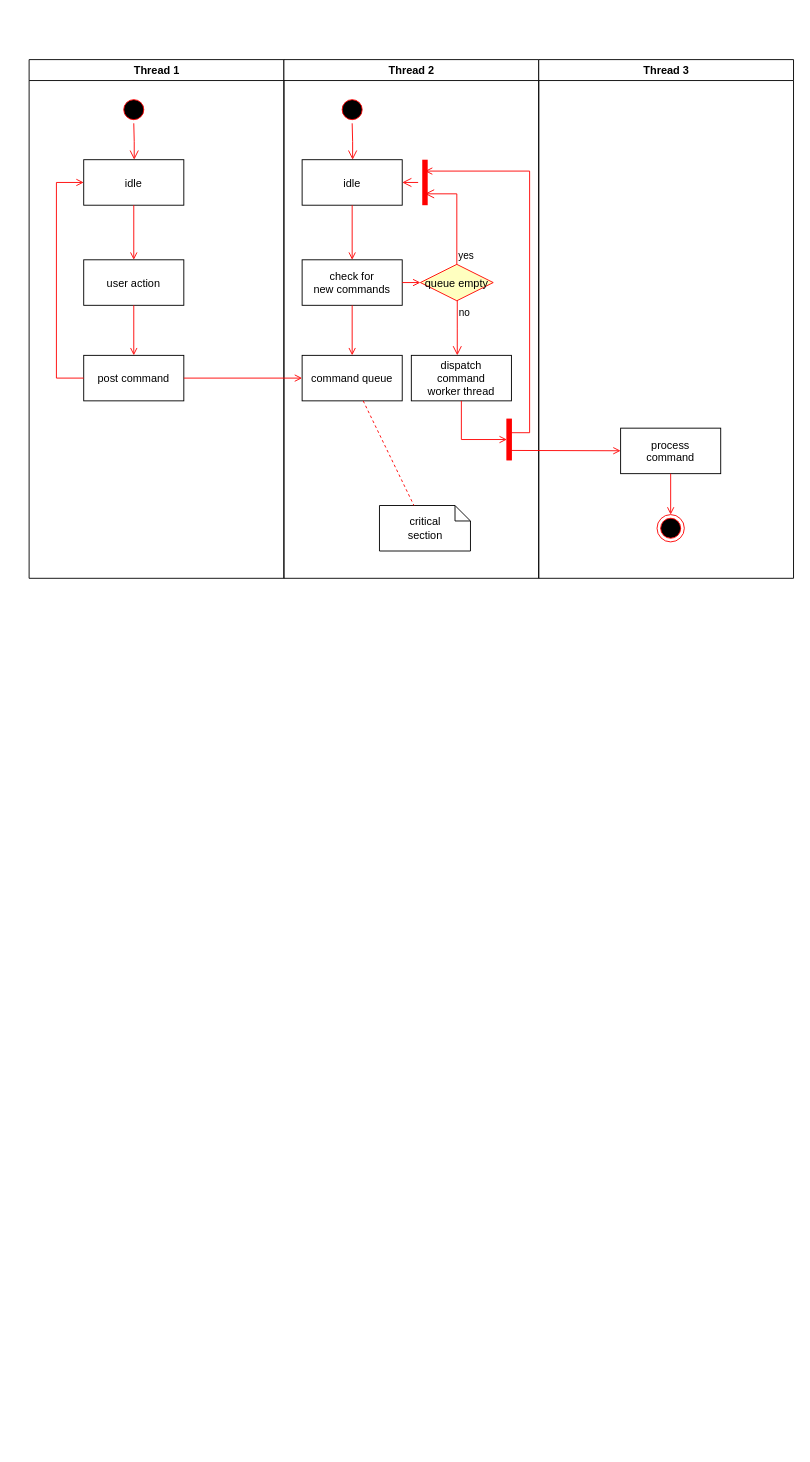
UnMatty/hw14 keeps this draw.io diagram as Untitled Diagram.drawio. Above is the earlier version. Source tidied: cells renumbered, new cells numbered last; positions are measured from the earlier drawing's top-left corner, leaving out a move shared by most shapes. Both pictures are drawn from the tidied source at 91%, with x=0, y=0 at pixel (28, 59).
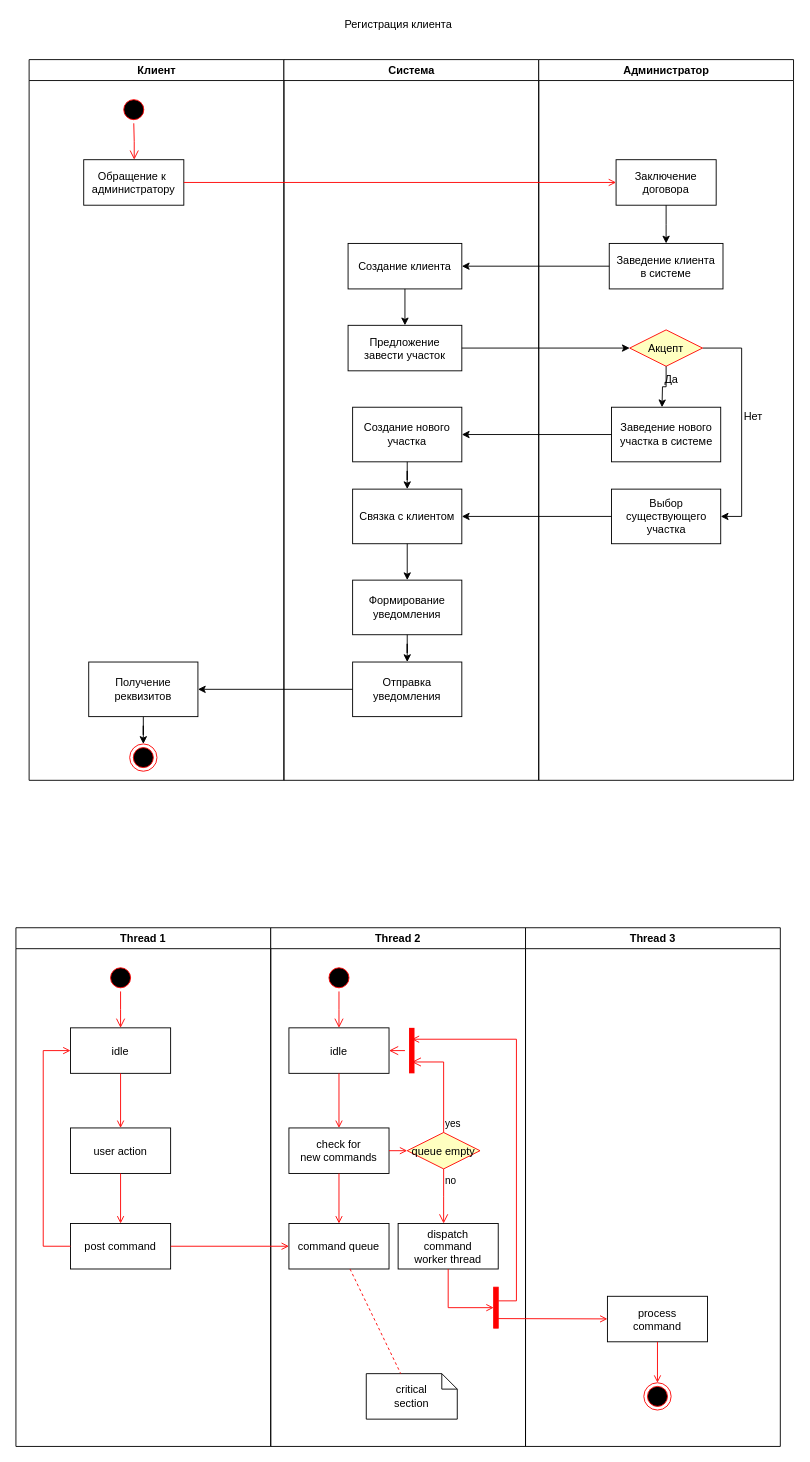
Above is the later version.

The edit, as a diff of the source:
```diff
@@
-    <mxCell id="2" value="Thread 1" style="swimlane;whiteSpace=wrap;" parent="1" vertex="1">
-      <mxGeometry x="0.5" width="280" height="570" as="geometry" />
+    <mxCell id="2" value="Клиент" style="swimlane;whiteSpace=wrap;" parent="1" vertex="1">
+      <mxGeometry x="0.5" width="280" height="792" as="geometry" />
     </mxCell>
@@
-    <mxCell id="5" value="idle" parent="2" vertex="1">
+    <mxCell id="5" value="Обращение к &#10;администратору" parent="2" vertex="1">
       <mxGeometry x="60" y="110" width="110" height="50" as="geometry" />
     </mxCell>
+    <mxCell id="37" style="edgeStyle=orthogonalEdgeStyle;rounded=0;jettySize=auto;html=1;entryX=0.5;entryY=0;entryDx=0;entryDy=0;" parent="2" edge="1" source="38" target="39">
+      <mxGeometry relative="1" as="geometry" />
+    </mxCell>
+    <mxCell id="38" value="Получение реквизитов" style="whiteSpace=wrap;html=1;" parent="2" vertex="1">
+      <mxGeometry x="65.5" y="662" width="120" height="60" as="geometry" />
+    </mxCell>
+    <mxCell id="39" style="ellipse;shape=endState;fillColor=#000000;strokeColor=#ff0000;" parent="2" vertex="1">
+      <mxGeometry x="110.5" y="752" width="30" height="30" as="geometry" />
+    </mxCell>
+    <mxCell id="11" value="Система" style="swimlane;whiteSpace=wrap;" parent="1" vertex="1">
+      <mxGeometry x="280.5" width="280" height="792" as="geometry" />
+    </mxCell>
+    <mxCell id="40" value="Создание клиента" parent="11" vertex="1">
+      <mxGeometry x="70.5" y="202" width="125" height="50" as="geometry" />
+    </mxCell>
+    <mxCell id="41" value="Предложение &#10;завести участок" parent="11" vertex="1">
+      <mxGeometry x="70.5" y="292" width="125" height="50" as="geometry" />
+    </mxCell>
+    <mxCell id="42" style="edgeStyle=orthogonalEdgeStyle;rounded=0;jettySize=auto;html=1;" parent="11" edge="1" source="40" target="41">
+      <mxGeometry relative="1" as="geometry" />
+    </mxCell>
+    <mxCell id="43" value="Создание нового участка" style="rounded=0;whiteSpace=wrap;html=1;" parent="11" vertex="1">
+      <mxGeometry x="75.5" y="382" width="120" height="60" as="geometry" />
+    </mxCell>
+    <mxCell id="44" value="Связка с клиентом" style="rounded=0;whiteSpace=wrap;html=1;" parent="11" vertex="1">
+      <mxGeometry x="75.5" y="472" width="120" height="60" as="geometry" />
+    </mxCell>
+    <mxCell id="45" style="edgeStyle=orthogonalEdgeStyle;rounded=0;jettySize=auto;html=1;" parent="11" edge="1" source="43" target="44">
+      <mxGeometry relative="1" as="geometry" />
+    </mxCell>
+    <mxCell id="46" value="Формирование уведомления" style="rounded=0;whiteSpace=wrap;html=1;" parent="11" vertex="1">
+      <mxGeometry x="75.5" y="572" width="120" height="60" as="geometry" />
+    </mxCell>
+    <mxCell id="47" style="edgeStyle=orthogonalEdgeStyle;rounded=0;jettySize=auto;html=1;" parent="11" edge="1" source="44" target="46">
+      <mxGeometry relative="1" as="geometry" />
+    </mxCell>
+    <mxCell id="48" value="Отправка уведомления" style="rounded=0;whiteSpace=wrap;html=1;" parent="11" vertex="1">
+      <mxGeometry x="75.5" y="662" width="120" height="60" as="geometry" />
+    </mxCell>
+    <mxCell id="49" style="edgeStyle=orthogonalEdgeStyle;rounded=0;jettySize=auto;html=1;" parent="11" edge="1" source="46" target="48">
+      <mxGeometry relative="1" as="geometry" />
+    </mxCell>
+    <mxCell id="30" value="Администратор" style="swimlane;whiteSpace=wrap;" parent="1" vertex="1">
+      <mxGeometry x="560.5" width="280" height="792" as="geometry" />
+    </mxCell>
+    <mxCell id="50" value="Заключение &#10;договора" parent="30" vertex="1">
+      <mxGeometry x="85" y="110" width="110" height="50" as="geometry" />
+    </mxCell>
+    <mxCell id="51" value="Заведение клиента&#10;в системе" parent="30" vertex="1">
+      <mxGeometry x="77.5" y="202" width="125" height="50" as="geometry" />
+    </mxCell>
+    <mxCell id="52" style="edgeStyle=orthogonalEdgeStyle;rounded=0;jettySize=auto;html=1;entryX=1;entryY=0.5;entryDx=0;entryDy=0;" parent="30" edge="1" source="53" target="55">
+      <mxGeometry relative="1" as="geometry">
+        <Array as="points">
+          <mxPoint x="223" y="317" />
+          <mxPoint x="223" y="502" />
+        </Array>
+      </mxGeometry>
+    </mxCell>
+    <mxCell id="53" value="Акцепт" style="rhombus;fillColor=#ffffc0;strokeColor=#ff0000;" parent="30" vertex="1">
+      <mxGeometry x="100" y="297" width="80" height="40" as="geometry" />
+    </mxCell>
+    <mxCell id="54" value="Заведение нового участка в системе" style="rounded=0;whiteSpace=wrap;html=1;" parent="30" vertex="1">
+      <mxGeometry x="80" y="382" width="120" height="60" as="geometry" />
+    </mxCell>
+    <mxCell id="55" value="Выбор существующего участка" style="whiteSpace=wrap;html=1;" parent="30" vertex="1">
+      <mxGeometry x="80" y="472" width="120" height="60" as="geometry" />
+    </mxCell>
+    <mxCell id="56" value="Thread 1" style="swimlane;whiteSpace=wrap;" parent="1" vertex="1">
+      <mxGeometry x="-14" y="954" width="280" height="570" as="geometry" />
+    </mxCell>
+    <mxCell id="57" style="ellipse;shape=startState;fillColor=#000000;strokeColor=#ff0000;" parent="56" vertex="1">
+      <mxGeometry x="100" y="40" width="30" height="30" as="geometry" />
+    </mxCell>
+    <mxCell id="58" style="edgeStyle=elbowEdgeStyle;elbow=horizontal;verticalAlign=bottom;endArrow=open;endSize=8;strokeColor=#FF0000;endFill=1;rounded=0;" parent="56" edge="1" source="57" target="59">
+      <mxGeometry x="100" y="40" as="geometry" />
+    </mxCell>
+    <mxCell id="59" value="idle" parent="56" vertex="1">
+      <mxGeometry x="60" y="110" width="110" height="50" as="geometry" />
+    </mxCell>
-    <mxCell id="6" value="user action" parent="2" vertex="1">
+    <mxCell id="6" value="user action" parent="56" vertex="1">
       <mxGeometry x="60" y="220" width="110" height="50" as="geometry" />
     </mxCell>
-    <mxCell id="7" style="endArrow=open;strokeColor=#FF0000;endFill=1;rounded=0;" parent="2" edge="1" source="5" target="6">
-      <mxGeometry relative="1" as="geometry" />
-    </mxCell>
+    <mxCell id="60" style="endArrow=open;strokeColor=#FF0000;endFill=1;rounded=0;" parent="56" edge="1" source="59" target="6">
+      <mxGeometry relative="1" as="geometry" />
+    </mxCell>
-    <mxCell id="8" value="post command" parent="2" vertex="1">
+    <mxCell id="8" value="post command" parent="56" vertex="1">
       <mxGeometry x="60" y="325" width="110" height="50" as="geometry" />
     </mxCell>
-    <mxCell id="9" style="endArrow=open;strokeColor=#FF0000;endFill=1;rounded=0;" parent="2" edge="1" source="6" target="8">
+    <mxCell id="9" style="endArrow=open;strokeColor=#FF0000;endFill=1;rounded=0;" parent="56" edge="1" source="6" target="8">
       <mxGeometry relative="1" as="geometry" />
     </mxCell>
-    <mxCell id="10" style="edgeStyle=elbowEdgeStyle;elbow=horizontal;strokeColor=#FF0000;endArrow=open;endFill=1;rounded=0;" parent="2" edge="1" source="8" target="5">
-      <mxGeometry relative="1" as="geometry">
-        <Array as="points">
-          <mxPoint x="30" y="250" />
-        </Array>
-      </mxGeometry>
-    </mxCell>
-    <mxCell id="11" value="Thread 2" style="swimlane;whiteSpace=wrap;" parent="1" vertex="1">
-      <mxGeometry x="280.5" width="280" height="570" as="geometry" />
-    </mxCell>
+    <mxCell id="61" style="edgeStyle=elbowEdgeStyle;elbow=horizontal;strokeColor=#FF0000;endArrow=open;endFill=1;rounded=0;" parent="56" edge="1" source="8" target="59">
+      <mxGeometry relative="1" as="geometry">
+        <Array as="points">
+          <mxPoint x="30" y="250" />
+        </Array>
+      </mxGeometry>
+    </mxCell>
+    <mxCell id="62" value="Thread 2" style="swimlane;whiteSpace=wrap;" parent="1" vertex="1">
+      <mxGeometry x="266" y="954" width="280" height="570" as="geometry" />
+    </mxCell>
-    <mxCell id="12" style="ellipse;shape=startState;fillColor=#000000;strokeColor=#ff0000;" parent="11" vertex="1">
+    <mxCell id="12" style="ellipse;shape=startState;fillColor=#000000;strokeColor=#ff0000;" parent="62" vertex="1">
       <mxGeometry x="60" y="40" width="30" height="30" as="geometry" />
     </mxCell>
-    <mxCell id="13" style="edgeStyle=elbowEdgeStyle;elbow=horizontal;verticalAlign=bottom;endArrow=open;endSize=8;strokeColor=#FF0000;endFill=1;rounded=0;" parent="11" edge="1" source="12" target="14">
+    <mxCell id="13" style="edgeStyle=elbowEdgeStyle;elbow=horizontal;verticalAlign=bottom;endArrow=open;endSize=8;strokeColor=#FF0000;endFill=1;rounded=0;" parent="62" edge="1" source="12" target="14">
       <mxGeometry x="40" y="20" as="geometry" />
     </mxCell>
-    <mxCell id="14" value="idle" parent="11" vertex="1">
+    <mxCell id="14" value="idle" parent="62" vertex="1">
       <mxGeometry x="20" y="110" width="110" height="50" as="geometry" />
     </mxCell>
-    <mxCell id="15" value="check for &#10;new commands" parent="11" vertex="1">
+    <mxCell id="15" value="check for &#10;new commands" parent="62" vertex="1">
       <mxGeometry x="20" y="220" width="110" height="50" as="geometry" />
     </mxCell>
-    <mxCell id="16" style="endArrow=open;strokeColor=#FF0000;endFill=1;rounded=0;" parent="11" edge="1" source="14" target="15">
+    <mxCell id="16" style="endArrow=open;strokeColor=#FF0000;endFill=1;rounded=0;" parent="62" edge="1" source="14" target="15">
       <mxGeometry relative="1" as="geometry" />
     </mxCell>
-    <mxCell id="17" value="command queue" parent="11" vertex="1">
+    <mxCell id="17" value="command queue" parent="62" vertex="1">
       <mxGeometry x="20" y="325" width="110" height="50" as="geometry" />
     </mxCell>
-    <mxCell id="18" style="endArrow=open;strokeColor=#FF0000;endFill=1;rounded=0;" parent="11" edge="1" source="15" target="17">
+    <mxCell id="18" style="endArrow=open;strokeColor=#FF0000;endFill=1;rounded=0;" parent="62" edge="1" source="15" target="17">
       <mxGeometry relative="1" as="geometry" />
     </mxCell>
-    <mxCell id="19" value="queue empty" style="rhombus;fillColor=#ffffc0;strokeColor=#ff0000;" parent="11" vertex="1">
+    <mxCell id="19" value="queue empty" style="rhombus;fillColor=#ffffc0;strokeColor=#ff0000;" parent="62" vertex="1">
       <mxGeometry x="150" y="225" width="80" height="40" as="geometry" />
     </mxCell>
-    <mxCell id="20" value="yes" style="edgeStyle=elbowEdgeStyle;elbow=horizontal;align=left;verticalAlign=bottom;endArrow=open;endSize=8;strokeColor=#FF0000;exitX=0.5;exitY=0;endFill=1;rounded=0;entryX=0.75;entryY=0.5;entryPerimeter=0;" parent="11" edge="1" source="19" target="23">
+    <mxCell id="20" value="yes" style="edgeStyle=elbowEdgeStyle;elbow=horizontal;align=left;verticalAlign=bottom;endArrow=open;endSize=8;strokeColor=#FF0000;exitX=0.5;exitY=0;endFill=1;rounded=0;entryX=0.75;entryY=0.5;entryPerimeter=0;" parent="62" edge="1" source="19" target="23">
       <mxGeometry x="-1" relative="1" as="geometry">
         <Array as="points">
           <mxPoint x="190" y="180" />
         </Array>
       </mxGeometry>
     </mxCell>
-    <mxCell id="21" value="no" style="edgeStyle=elbowEdgeStyle;elbow=horizontal;align=left;verticalAlign=top;endArrow=open;endSize=8;strokeColor=#FF0000;endFill=1;rounded=0;" parent="11" edge="1" source="19" target="25">
+    <mxCell id="21" value="no" style="edgeStyle=elbowEdgeStyle;elbow=horizontal;align=left;verticalAlign=top;endArrow=open;endSize=8;strokeColor=#FF0000;endFill=1;rounded=0;" parent="62" edge="1" source="19" target="25">
       <mxGeometry x="-1" relative="1" as="geometry" />
     </mxCell>
-    <mxCell id="22" style="endArrow=open;strokeColor=#FF0000;endFill=1;rounded=0;" parent="11" edge="1" source="15" target="19">
+    <mxCell id="22" style="endArrow=open;strokeColor=#FF0000;endFill=1;rounded=0;" parent="62" edge="1" source="15" target="19">
       <mxGeometry relative="1" as="geometry" />
     </mxCell>
-    <mxCell id="23" style="shape=line;strokeWidth=6;strokeColor=#ff0000;rotation=90;" parent="11" vertex="1">
+    <mxCell id="23" style="shape=line;strokeWidth=6;strokeColor=#ff0000;rotation=90;" parent="62" vertex="1">
       <mxGeometry x="130" y="127.5" width="50" height="15" as="geometry" />
     </mxCell>
-    <mxCell id="24" style="edgeStyle=elbowEdgeStyle;elbow=horizontal;verticalAlign=bottom;endArrow=open;endSize=8;strokeColor=#FF0000;endFill=1;rounded=0;" parent="11" edge="1" source="23" target="14">
+    <mxCell id="24" style="edgeStyle=elbowEdgeStyle;elbow=horizontal;verticalAlign=bottom;endArrow=open;endSize=8;strokeColor=#FF0000;endFill=1;rounded=0;" parent="62" edge="1" source="23" target="14">
       <mxGeometry x="130" y="90" as="geometry" />
     </mxCell>
-    <mxCell id="25" value="dispatch&#10;command&#10;worker thread" parent="11" vertex="1">
+    <mxCell id="25" value="dispatch&#10;command&#10;worker thread" parent="62" vertex="1">
       <mxGeometry x="140" y="325" width="110" height="50" as="geometry" />
     </mxCell>
-    <mxCell id="26" value="critical&#10;section" style="shape=note;whiteSpace=wrap;size=17;" parent="11" vertex="1">
+    <mxCell id="26" value="critical&#10;section" style="shape=note;whiteSpace=wrap;size=17;" parent="62" vertex="1">
       <mxGeometry x="105" y="490" width="100" height="50" as="geometry" />
     </mxCell>
-    <mxCell id="27" style="endArrow=none;strokeColor=#FF0000;endFill=0;rounded=0;dashed=1;" parent="11" edge="1" source="17" target="26">
+    <mxCell id="27" style="endArrow=none;strokeColor=#FF0000;endFill=0;rounded=0;dashed=1;" parent="62" edge="1" source="17" target="26">
       <mxGeometry relative="1" as="geometry" />
     </mxCell>
-    <mxCell id="28" style="whiteSpace=wrap;strokeColor=#FF0000;fillColor=#FF0000;" parent="11" vertex="1">
+    <mxCell id="28" style="whiteSpace=wrap;strokeColor=#FF0000;fillColor=#FF0000;" parent="62" vertex="1">
       <mxGeometry x="245" y="395" width="5" height="45" as="geometry" />
     </mxCell>
-    <mxCell id="29" style="edgeStyle=elbowEdgeStyle;elbow=horizontal;entryX=0;entryY=0.5;strokeColor=#FF0000;endArrow=open;endFill=1;rounded=0;" parent="11" edge="1" source="25" target="28">
+    <mxCell id="29" style="edgeStyle=elbowEdgeStyle;elbow=horizontal;entryX=0;entryY=0.5;strokeColor=#FF0000;endArrow=open;endFill=1;rounded=0;" parent="62" edge="1" source="25" target="28">
       <mxGeometry relative="1" as="geometry">
         <Array as="points">
           <mxPoint x="195" y="400" />
         </Array>
       </mxGeometry>
     </mxCell>
-    <mxCell id="30" value="Thread 3" style="swimlane;whiteSpace=wrap;" parent="1" vertex="1">
-      <mxGeometry x="560.5" width="280" height="570" as="geometry" />
-    </mxCell>
+    <mxCell id="63" value="Thread 3" style="swimlane;whiteSpace=wrap;" parent="1" vertex="1">
+      <mxGeometry x="546" y="954" width="280" height="570" as="geometry" />
+    </mxCell>
-    <mxCell id="31" value="process&#10;command" parent="30" vertex="1">
+    <mxCell id="31" value="process&#10;command" parent="63" vertex="1">
       <mxGeometry x="90" y="405" width="110" height="50" as="geometry" />
     </mxCell>
-    <mxCell id="32" style="edgeStyle=elbowEdgeStyle;elbow=horizontal;strokeColor=#FF0000;endArrow=open;endFill=1;rounded=0;entryX=0.25;entryY=0.5;entryPerimeter=0;" parent="30" edge="1" target="23">
-      <mxGeometry relative="1" as="geometry">
-        <mxPoint x="-30" y="410" as="sourcePoint" />
-        <Array as="points">
-          <mxPoint x="-10" y="135" />
-        </Array>
-      </mxGeometry>
-    </mxCell>
-    <mxCell id="33" style="edgeStyle=none;strokeColor=#FF0000;endArrow=open;endFill=1;rounded=0;" parent="30" edge="1" target="31">
-      <mxGeometry relative="1" as="geometry">
-        <mxPoint x="-30" y="429.5" as="sourcePoint" />
-      </mxGeometry>
-    </mxCell>
+    <mxCell id="64" style="edgeStyle=elbowEdgeStyle;elbow=horizontal;strokeColor=#FF0000;endArrow=open;endFill=1;rounded=0;entryX=0.25;entryY=0.5;entryPerimeter=0;" parent="63" edge="1" target="23">
+      <mxGeometry relative="1" as="geometry">
+        <mxPoint x="-30" y="410" as="sourcePoint" />
+        <Array as="points">
+          <mxPoint x="-10" y="135" />
+        </Array>
+      </mxGeometry>
+    </mxCell>
+    <mxCell id="65" style="edgeStyle=none;strokeColor=#FF0000;endArrow=open;endFill=1;rounded=0;" parent="63" edge="1" target="31">
+      <mxGeometry relative="1" as="geometry">
+        <mxPoint x="-30" y="429.5" as="sourcePoint" />
+      </mxGeometry>
+    </mxCell>
-    <mxCell id="34" style="ellipse;shape=endState;fillColor=#000000;strokeColor=#ff0000;" parent="30" vertex="1">
+    <mxCell id="34" style="ellipse;shape=endState;fillColor=#000000;strokeColor=#ff0000;" parent="63" vertex="1">
       <mxGeometry x="130" y="500" width="30" height="30" as="geometry" />
     </mxCell>
-    <mxCell id="35" style="endArrow=open;strokeColor=#FF0000;endFill=1;rounded=0;" parent="30" edge="1" source="31" target="34">
+    <mxCell id="35" style="endArrow=open;strokeColor=#FF0000;endFill=1;rounded=0;" parent="63" edge="1" source="31" target="34">
       <mxGeometry relative="1" as="geometry" />
     </mxCell>
@@
+    <mxCell id="66" value="Регистрация клиента" style="text;html=1;align=center;verticalAlign=middle;" parent="1" vertex="1">
+      <mxGeometry x="336" y="-48" width="140" height="20" as="geometry" />
+    </mxCell>
+    <mxCell id="7" style="endArrow=open;strokeColor=#FF0000;endFill=1;rounded=0;entryX=0;entryY=0.5;entryDx=0;entryDy=0;" parent="1" edge="1" source="5" target="50">
+      <mxGeometry relative="1" as="geometry" />
+    </mxCell>
+    <mxCell id="67" style="edgeStyle=orthogonalEdgeStyle;rounded=0;jettySize=auto;html=1;" parent="1" edge="1" source="50">
+      <mxGeometry relative="1" as="geometry">
+        <mxPoint x="700.5" y="202" as="targetPoint" />
+      </mxGeometry>
+    </mxCell>
+    <mxCell id="68" style="edgeStyle=orthogonalEdgeStyle;rounded=0;jettySize=auto;html=1;" parent="1" edge="1" source="51">
+      <mxGeometry relative="1" as="geometry">
+        <mxPoint x="476" y="227" as="targetPoint" />
+      </mxGeometry>
+    </mxCell>
+    <mxCell id="69" style="edgeStyle=orthogonalEdgeStyle;rounded=0;jettySize=auto;html=1;entryX=0;entryY=0.5;entryDx=0;entryDy=0;" parent="1" edge="1" source="41" target="53">
+      <mxGeometry relative="1" as="geometry" />
+    </mxCell>
+    <mxCell id="70" style="edgeStyle=orthogonalEdgeStyle;rounded=0;jettySize=auto;html=1;" parent="1" edge="1" source="53">
+      <mxGeometry relative="1" as="geometry">
+        <mxPoint x="696" y="382" as="targetPoint" />
+      </mxGeometry>
+    </mxCell>
+    <mxCell id="71" value="Да" style="text;html=1;align=center;verticalAlign=middle;" parent="1" vertex="1">
+      <mxGeometry x="691" y="342" width="30" height="20" as="geometry" />
+    </mxCell>
+    <mxCell id="72" style="edgeStyle=orthogonalEdgeStyle;rounded=0;jettySize=auto;html=1;" parent="1" edge="1" source="54" target="43">
+      <mxGeometry relative="1" as="geometry" />
+    </mxCell>
+    <mxCell id="73" style="edgeStyle=orthogonalEdgeStyle;rounded=0;jettySize=auto;html=1;entryX=1;entryY=0.5;entryDx=0;entryDy=0;" parent="1" edge="1" source="48" target="38">
+      <mxGeometry relative="1" as="geometry" />
+    </mxCell>
+    <mxCell id="74" value="Нет" style="text;html=1;align=center;verticalAlign=middle;" parent="1" vertex="1">
+      <mxGeometry x="776" y="382" width="40" height="20" as="geometry" />
+    </mxCell>
+    <mxCell id="75" style="edgeStyle=orthogonalEdgeStyle;rounded=0;jettySize=auto;html=1;entryX=1;entryY=0.5;entryDx=0;entryDy=0;" parent="1" edge="1" source="55" target="44">
+      <mxGeometry relative="1" as="geometry" />
+    </mxCell>
```
